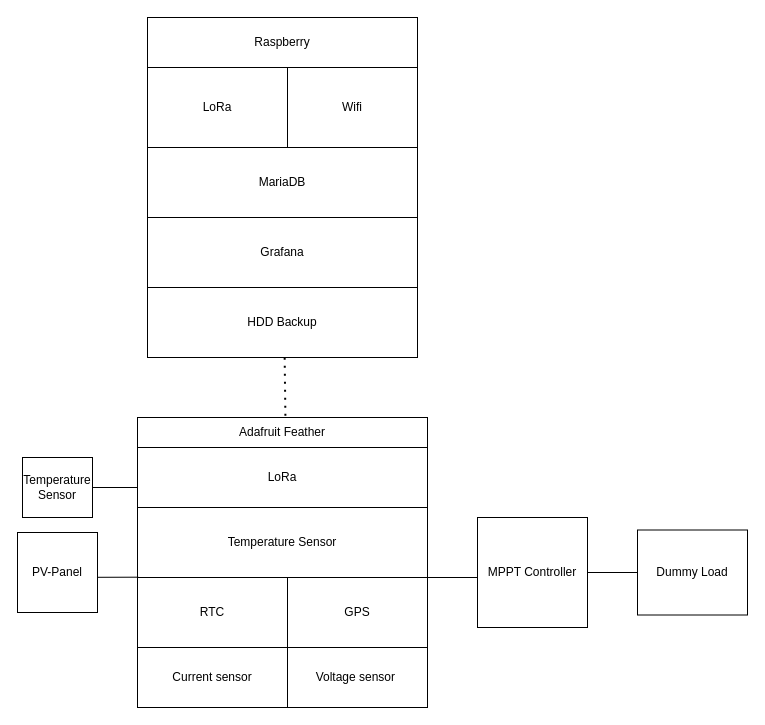
Before: doc/resources/PV_test_station.drawio in PSenfft/pv_test_station, a draw.io diagram. Source tidied: cells renumbered, new cells numbered last; positions are measured from the earlier drawing's top-left corner, leaving out a move shared by most shapes. Both pictures are drawn from the tidied source at 100%, with x=0, y=0 at pixel (17, 17).
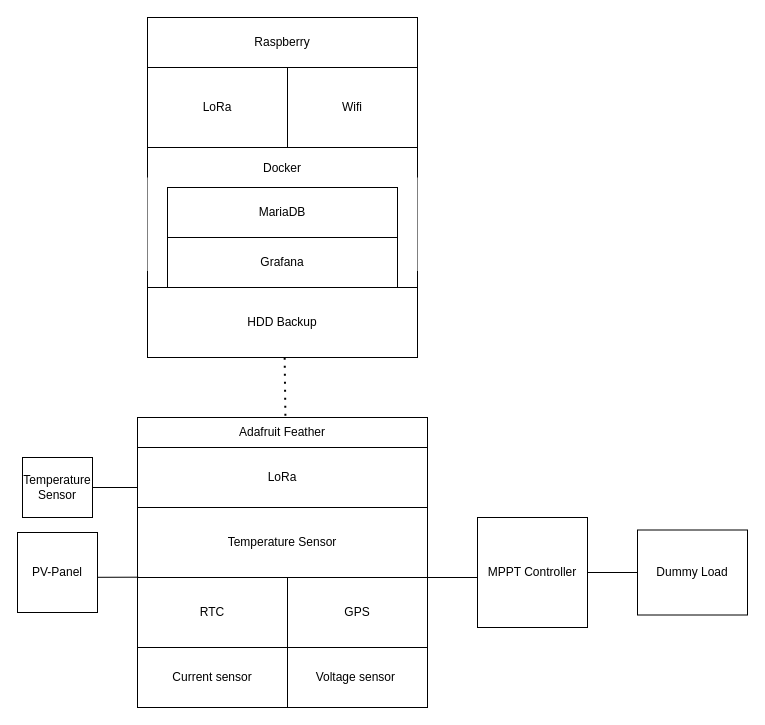
Above is the later version.

Change to the diagram source:
```diff
@@
-    <mxCell id="16" value="MariaDB" style="rounded=0;whiteSpace=wrap;html=1;" parent="1" vertex="1">
-      <mxGeometry x="130" y="130" width="270" height="70" as="geometry" />
-    </mxCell>
@@
+    <mxCell id="26" value="Docker" style="rounded=0;whiteSpace=wrap;html=1;labelPosition=center;verticalLabelPosition=top;align=center;verticalAlign=bottom;strokeColor=none;" parent="1" vertex="1">
+      <mxGeometry x="130" y="160" width="270" height="93.5" as="geometry" />
+    </mxCell>
+    <mxCell id="16" value="MariaDB" style="rounded=0;whiteSpace=wrap;html=1;" parent="1" vertex="1">
+      <mxGeometry x="150" y="170" width="230" height="50" as="geometry" />
+    </mxCell>
     <mxCell id="25" value="Grafana" style="rounded=0;whiteSpace=wrap;html=1;" parent="1" vertex="1">
-      <mxGeometry x="130" y="200" width="270" height="70" as="geometry" />
+      <mxGeometry x="150" y="220" width="230" height="50" as="geometry" />
     </mxCell>
```
